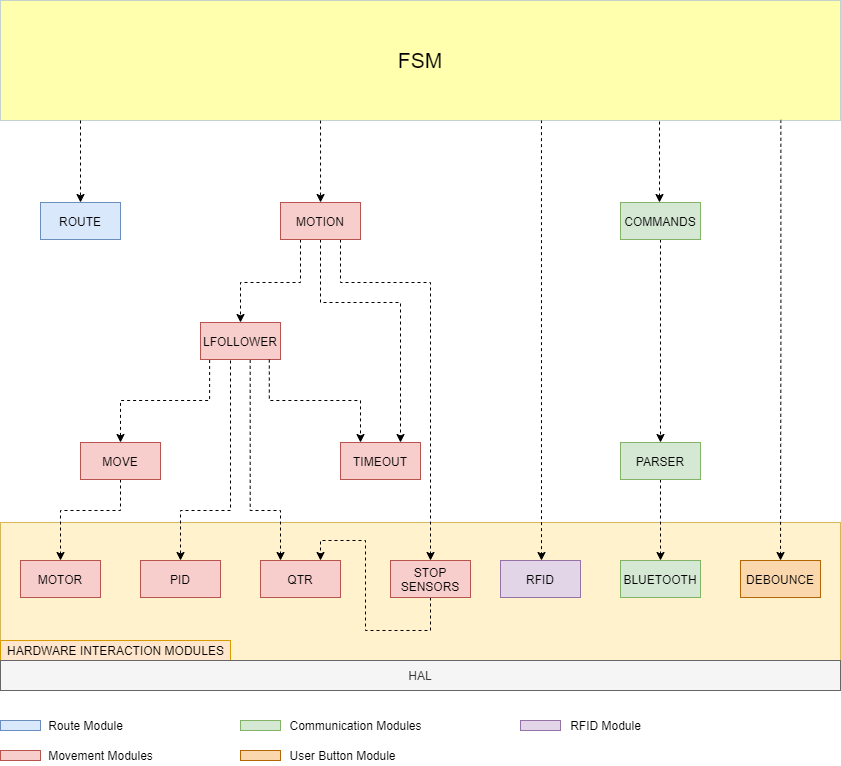
Before: 03Flowcharts/Software_Modules.png, a diagram exported from draw.io (LPI-2020/DWR-19). Source tidied: cells renumbered, new cells last; positions are measured from the earlier drawing's top-left corner, leaving out a move shared by most shapes. The source it was exported from:
```xml
<mxGraphModel>
  <root>
    <mxCell id="0" />
    <mxCell id="1" parent="0" />
    <mxCell id="2" style="rounded=0;whiteSpace=wrap;html=1;fillColor=#fff2cc;strokeColor=#d6b656;" parent="1" vertex="1">
      <mxGeometry y="522" width="840" height="138" as="geometry" />
    </mxCell>
    <mxCell id="3" value="HARDWARE INTERACTION MODULES" style="text;html=1;align=center;verticalAlign=middle;fillColor=#ffe6cc;strokeColor=#d79b00;" parent="1" vertex="1">
      <mxGeometry y="640" width="230" height="20" as="geometry" />
    </mxCell>
    <mxCell id="4" style="edgeStyle=orthogonalEdgeStyle;rounded=0;jettySize=auto;html=1;exitX=0.5;exitY=1;exitDx=0;exitDy=0;dashed=1;" parent="1" edge="1" source="20" target="5">
      <mxGeometry relative="1" as="geometry">
        <Array as="points">
          <mxPoint x="120" y="510" />
          <mxPoint x="60" y="510" />
        </Array>
      </mxGeometry>
    </mxCell>
    <mxCell id="5" value="MOTOR" style="rounded=0;whiteSpace=wrap;html=1;fillColor=#f8cecc;strokeColor=#b85450;" parent="1" vertex="1">
      <mxGeometry x="20" y="560" width="80" height="37" as="geometry" />
    </mxCell>
    <mxCell id="6" style="edgeStyle=orthogonalEdgeStyle;rounded=0;jettySize=auto;html=1;exitX=0.621;exitY=1.008;exitDx=0;exitDy=0;exitPerimeter=0;dashed=1;strokeWidth=1;" parent="1" edge="1" source="22" target="8">
      <mxGeometry relative="1" as="geometry">
        <Array as="points">
          <mxPoint x="250" y="359" />
          <mxPoint x="250" y="510" />
          <mxPoint x="280" y="510" />
        </Array>
      </mxGeometry>
    </mxCell>
    <mxCell id="7" style="edgeStyle=orthogonalEdgeStyle;rounded=0;jettySize=auto;html=1;exitX=0.5;exitY=1;exitDx=0;exitDy=0;entryX=0.75;entryY=0;entryDx=0;entryDy=0;dashed=1;" parent="1" edge="1" source="12" target="8">
      <mxGeometry relative="1" as="geometry">
        <Array as="points">
          <mxPoint x="430" y="630" />
          <mxPoint x="365" y="630" />
          <mxPoint x="365" y="540" />
          <mxPoint x="320" y="540" />
        </Array>
      </mxGeometry>
    </mxCell>
    <mxCell id="8" value="QTR" style="rounded=0;whiteSpace=wrap;html=1;fillColor=#f8cecc;strokeColor=#b85450;" parent="1" vertex="1">
      <mxGeometry x="260" y="560" width="80" height="37" as="geometry" />
    </mxCell>
    <mxCell id="9" style="edgeStyle=orthogonalEdgeStyle;rounded=0;jettySize=auto;html=1;exitX=0.375;exitY=1.027;exitDx=0;exitDy=0;exitPerimeter=0;dashed=1;" parent="1" edge="1" source="22" target="10">
      <mxGeometry relative="1" as="geometry">
        <Array as="points">
          <mxPoint x="230" y="510" />
          <mxPoint x="180" y="510" />
        </Array>
      </mxGeometry>
    </mxCell>
    <mxCell id="10" value="PID" style="rounded=0;whiteSpace=wrap;html=1;fillColor=#f8cecc;strokeColor=#b85450;" parent="1" vertex="1">
      <mxGeometry x="140" y="560" width="80" height="37" as="geometry" />
    </mxCell>
    <mxCell id="11" style="edgeStyle=orthogonalEdgeStyle;rounded=0;jettySize=auto;html=1;exitX=0.75;exitY=1;exitDx=0;exitDy=0;dashed=1;" parent="1" edge="1" source="27" target="12">
      <mxGeometry relative="1" as="geometry">
        <Array as="points">
          <mxPoint x="340" y="282" />
          <mxPoint x="430" y="282" />
        </Array>
      </mxGeometry>
    </mxCell>
    <mxCell id="12" value="STOP SENSORS" style="rounded=0;whiteSpace=wrap;html=1;fillColor=#f8cecc;strokeColor=#b85450;" parent="1" vertex="1">
      <mxGeometry x="390" y="560" width="80" height="37" as="geometry" />
    </mxCell>
    <mxCell id="13" style="edgeStyle=orthogonalEdgeStyle;rounded=0;jettySize=auto;html=1;exitX=0.644;exitY=0.997;exitDx=0;exitDy=0;exitPerimeter=0;dashed=1;" parent="1" edge="1" source="28" target="14">
      <mxGeometry relative="1" as="geometry">
        <Array as="points">
          <mxPoint x="541" y="500" />
          <mxPoint x="541" y="500" />
        </Array>
      </mxGeometry>
    </mxCell>
    <mxCell id="14" value="RFID" style="rounded=0;whiteSpace=wrap;html=1;fillColor=#e1d5e7;strokeColor=#9673a6;" parent="1" vertex="1">
      <mxGeometry x="500" y="560" width="80" height="37" as="geometry" />
    </mxCell>
    <mxCell id="15" style="edgeStyle=orthogonalEdgeStyle;rounded=0;jettySize=auto;html=1;exitX=0.5;exitY=1;exitDx=0;exitDy=0;dashed=1;" parent="1" edge="1" source="30" target="16">
      <mxGeometry relative="1" as="geometry" />
    </mxCell>
    <mxCell id="16" value="BLUETOOTH" style="rounded=0;whiteSpace=wrap;html=1;fillColor=#d5e8d4;strokeColor=#82b366;" parent="1" vertex="1">
      <mxGeometry x="620" y="560" width="80" height="37" as="geometry" />
    </mxCell>
    <mxCell id="17" style="edgeStyle=orthogonalEdgeStyle;rounded=0;jettySize=auto;html=1;exitX=0.929;exitY=0.994;exitDx=0;exitDy=0;exitPerimeter=0;dashed=1;" parent="1" edge="1" source="28" target="18">
      <mxGeometry relative="1" as="geometry" />
    </mxCell>
    <mxCell id="18" value="DEBOUNCE" style="rounded=0;whiteSpace=wrap;html=1;fillColor=#fad7ac;strokeColor=#b46504;" parent="1" vertex="1">
      <mxGeometry x="740" y="560" width="80" height="37" as="geometry" />
    </mxCell>
    <mxCell id="19" style="edgeStyle=orthogonalEdgeStyle;rounded=0;jettySize=auto;html=1;exitX=0.114;exitY=1.013;exitDx=0;exitDy=0;exitPerimeter=0;dashed=1;" parent="1" edge="1" source="22" target="20">
      <mxGeometry relative="1" as="geometry">
        <Array as="points">
          <mxPoint x="209" y="400" />
          <mxPoint x="120" y="400" />
        </Array>
      </mxGeometry>
    </mxCell>
    <mxCell id="20" value="MOVE" style="rounded=0;whiteSpace=wrap;html=1;fillColor=#f8cecc;strokeColor=#b85450;" parent="1" vertex="1">
      <mxGeometry x="80" y="442" width="80" height="37" as="geometry" />
    </mxCell>
    <mxCell id="21" style="edgeStyle=orthogonalEdgeStyle;rounded=0;jettySize=auto;html=1;exitX=0.25;exitY=1;exitDx=0;exitDy=0;dashed=1;" parent="1" edge="1" source="27" target="22">
      <mxGeometry relative="1" as="geometry">
        <Array as="points">
          <mxPoint x="300" y="282" />
          <mxPoint x="240" y="282" />
        </Array>
      </mxGeometry>
    </mxCell>
    <mxCell id="22" value="LFOLLOWER" style="rounded=0;whiteSpace=wrap;html=1;fillColor=#f8cecc;fontStyle=0;strokeColor=#b85450;" parent="1" vertex="1">
      <mxGeometry x="200" y="322" width="80" height="37" as="geometry" />
    </mxCell>
    <mxCell id="23" style="edgeStyle=orthogonalEdgeStyle;rounded=0;jettySize=auto;html=1;exitX=0.86;exitY=1.002;exitDx=0;exitDy=0;exitPerimeter=0;dashed=1;" parent="1" edge="1" source="22" target="25">
      <mxGeometry relative="1" as="geometry">
        <Array as="points">
          <mxPoint x="269" y="400" />
          <mxPoint x="360" y="400" />
        </Array>
      </mxGeometry>
    </mxCell>
    <mxCell id="24" style="edgeStyle=orthogonalEdgeStyle;rounded=0;jettySize=auto;html=1;exitX=0.5;exitY=1;exitDx=0;exitDy=0;dashed=1;" parent="1" edge="1" source="27" target="25">
      <mxGeometry relative="1" as="geometry">
        <Array as="points">
          <mxPoint x="320" y="302" />
          <mxPoint x="400" y="302" />
        </Array>
      </mxGeometry>
    </mxCell>
    <mxCell id="25" value="TIMEOUT" style="rounded=0;whiteSpace=wrap;html=1;fillColor=#f8cecc;strokeColor=#b85450;" parent="1" vertex="1">
      <mxGeometry x="340" y="442" width="80" height="37" as="geometry" />
    </mxCell>
    <mxCell id="26" style="edgeStyle=orthogonalEdgeStyle;rounded=0;jettySize=auto;html=1;exitX=0.381;exitY=1;exitDx=0;exitDy=0;exitPerimeter=0;dashed=1;" parent="1" edge="1" source="28" target="27">
      <mxGeometry relative="1" as="geometry" />
    </mxCell>
    <mxCell id="27" value="MOTION" style="rounded=0;whiteSpace=wrap;html=1;fillColor=#f8cecc;strokeColor=#b85450;" parent="1" vertex="1">
      <mxGeometry x="280" y="202" width="80" height="37" as="geometry" />
    </mxCell>
    <mxCell id="28" value="&lt;font style=&quot;font-size: 21px;&quot;&gt;FSM&lt;/font&gt;" style="rounded=0;whiteSpace=wrap;html=1;fontSize=21;strokeColor=#6c8ebf;fillColor=#FFFF33;opacity=40;" parent="1" vertex="1">
      <mxGeometry width="840" height="120" as="geometry" />
    </mxCell>
    <mxCell id="29" style="edgeStyle=orthogonalEdgeStyle;rounded=0;jettySize=auto;html=1;exitX=0.5;exitY=1;exitDx=0;exitDy=0;dashed=1;" parent="1" edge="1" source="32" target="30">
      <mxGeometry relative="1" as="geometry" />
    </mxCell>
    <mxCell id="30" value="PARSER" style="rounded=0;whiteSpace=wrap;html=1;fillColor=#d5e8d4;strokeColor=#82b366;" parent="1" vertex="1">
      <mxGeometry x="620" y="442" width="80" height="37" as="geometry" />
    </mxCell>
    <mxCell id="31" style="edgeStyle=orthogonalEdgeStyle;rounded=0;jettySize=auto;html=1;dashed=1;" parent="1" edge="1" target="32">
      <mxGeometry relative="1" as="geometry">
        <mxPoint x="659" y="121" as="sourcePoint" />
        <Array as="points">
          <mxPoint x="659" y="220" />
          <mxPoint x="659" y="220" />
        </Array>
      </mxGeometry>
    </mxCell>
    <mxCell id="32" value="COMMANDS" style="rounded=0;whiteSpace=wrap;html=1;fillColor=#d5e8d4;strokeColor=#82b366;" parent="1" vertex="1">
      <mxGeometry x="620" y="202" width="80" height="37" as="geometry" />
    </mxCell>
    <mxCell id="33" style="edgeStyle=orthogonalEdgeStyle;rounded=0;jettySize=auto;html=1;dashed=1;entryX=0.5;entryY=0;entryDx=0;entryDy=0;" parent="1" edge="1" target="35">
      <mxGeometry relative="1" as="geometry">
        <mxPoint x="80" y="120" as="sourcePoint" />
        <Array as="points">
          <mxPoint x="80" y="120" />
        </Array>
      </mxGeometry>
    </mxCell>
    <mxCell id="34" value="ROUTE" style="rounded=0;whiteSpace=wrap;html=1;fillColor=#ffffff;" parent="1" vertex="1">
      <mxGeometry x="40" y="202" width="80" height="37" as="geometry" />
    </mxCell>
    <mxCell id="35" value="ROUTE" style="rounded=0;whiteSpace=wrap;html=1;fillColor=#dae8fc;strokeColor=#6c8ebf;" parent="1" vertex="1">
      <mxGeometry x="40" y="202" width="80" height="37" as="geometry" />
    </mxCell>
    <mxCell id="36" value="HAL" style="rounded=0;whiteSpace=wrap;html=1;fillColor=#f5f5f5;strokeColor=#666666;fontColor=#333333;" parent="1" vertex="1">
      <mxGeometry y="660" width="840" height="30" as="geometry" />
    </mxCell>
    <mxCell id="37" style="rounded=0;whiteSpace=wrap;html=1;fillColor=#f8cecc;strokeColor=#b85450;" parent="1" vertex="1">
      <mxGeometry y="750" width="40" height="10" as="geometry" />
    </mxCell>
    <mxCell id="38" style="rounded=0;whiteSpace=wrap;html=1;fillColor=#dae8fc;strokeColor=#6c8ebf;" parent="1" vertex="1">
      <mxGeometry y="720" width="40" height="10" as="geometry" />
    </mxCell>
    <mxCell id="39" style="rounded=0;whiteSpace=wrap;html=1;fillColor=#d5e8d4;strokeColor=#82b366;" parent="1" vertex="1">
      <mxGeometry x="240" y="720" width="40" height="10" as="geometry" />
    </mxCell>
    <mxCell id="40" style="rounded=0;whiteSpace=wrap;html=1;fillColor=#fad7ac;strokeColor=#b46504;" parent="1" vertex="1">
      <mxGeometry x="240" y="750" width="40" height="10" as="geometry" />
    </mxCell>
    <mxCell id="41" value="Route Module" style="text;html=1;align=center;verticalAlign=middle;" parent="1" vertex="1">
      <mxGeometry x="40" y="715" width="90" height="20" as="geometry" />
    </mxCell>
    <mxCell id="42" value="Movement Modules" style="text;html=1;align=center;verticalAlign=middle;" parent="1" vertex="1">
      <mxGeometry x="40" y="745" width="120" height="20" as="geometry" />
    </mxCell>
    <mxCell id="43" value="Communication Modules" style="text;html=1;align=center;verticalAlign=middle;" parent="1" vertex="1">
      <mxGeometry x="280" y="715" width="150" height="20" as="geometry" />
    </mxCell>
    <mxCell id="44" value="User Button Module" style="text;html=1;align=center;verticalAlign=middle;" parent="1" vertex="1">
      <mxGeometry x="282" y="745" width="120" height="20" as="geometry" />
    </mxCell>
    <mxCell id="45" style="rounded=0;whiteSpace=wrap;html=1;fillColor=#e1d5e7;strokeColor=#9673a6;" parent="1" vertex="1">
      <mxGeometry x="520" y="720" width="40" height="10" as="geometry" />
    </mxCell>
    <mxCell id="46" value="RFID Module" style="text;html=1;align=center;verticalAlign=middle;" parent="1" vertex="1">
      <mxGeometry x="560" y="715" width="90" height="20" as="geometry" />
    </mxCell>
  </root>
</mxGraphModel>
```
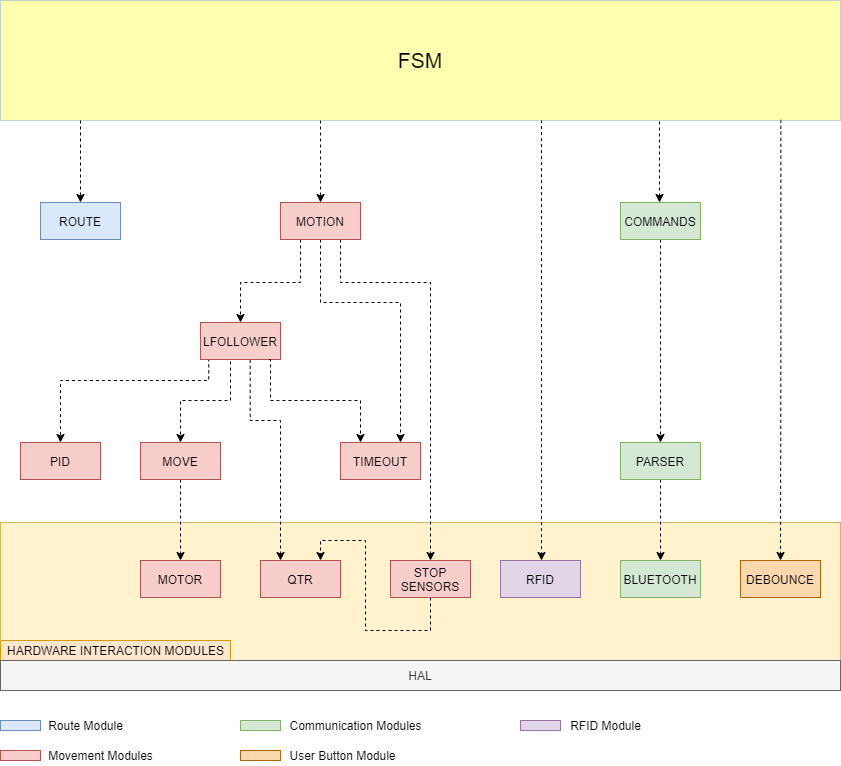
Above is the later version.

Change to the diagram source:
```diff
@@ -8,23 +8,17 @@
     <mxCell id="3" value="HARDWARE INTERACTION MODULES" style="text;html=1;align=center;verticalAlign=middle;fillColor=#ffe6cc;strokeColor=#d79b00;" parent="1" vertex="1">
       <mxGeometry y="640" width="230" height="20" as="geometry" />
     </mxCell>
-    <mxCell id="4" style="edgeStyle=orthogonalEdgeStyle;rounded=0;jettySize=auto;html=1;exitX=0.5;exitY=1;exitDx=0;exitDy=0;dashed=1;" parent="1" edge="1" source="20" target="5">
-      <mxGeometry relative="1" as="geometry">
-        <Array as="points">
-          <mxPoint x="120" y="510" />
-          <mxPoint x="60" y="510" />
-        </Array>
-      </mxGeometry>
+    <mxCell id="4" style="edgeStyle=orthogonalEdgeStyle;rounded=0;jettySize=auto;html=1;exitX=0.5;exitY=1;exitDx=0;exitDy=0;dashed=1;entryX=0.5;entryY=0;entryDx=0;entryDy=0;" parent="1" edge="1" source="20" target="5">
+      <mxGeometry relative="1" as="geometry" />
     </mxCell>
     <mxCell id="5" value="MOTOR" style="rounded=0;whiteSpace=wrap;html=1;fillColor=#f8cecc;strokeColor=#b85450;" parent="1" vertex="1">
-      <mxGeometry x="20" y="560" width="80" height="37" as="geometry" />
+      <mxGeometry x="140" y="560" width="80" height="37" as="geometry" />
     </mxCell>
     <mxCell id="6" style="edgeStyle=orthogonalEdgeStyle;rounded=0;jettySize=auto;html=1;exitX=0.621;exitY=1.008;exitDx=0;exitDy=0;exitPerimeter=0;dashed=1;strokeWidth=1;" parent="1" edge="1" source="22" target="8">
       <mxGeometry relative="1" as="geometry">
         <Array as="points">
-          <mxPoint x="250" y="359" />
-          <mxPoint x="250" y="510" />
-          <mxPoint x="280" y="510" />
+          <mxPoint x="250" y="420" />
+          <mxPoint x="280" y="420" />
         </Array>
       </mxGeometry>
     </mxCell>
@@ -41,16 +35,16 @@
     <mxCell id="8" value="QTR" style="rounded=0;whiteSpace=wrap;html=1;fillColor=#f8cecc;strokeColor=#b85450;" parent="1" vertex="1">
       <mxGeometry x="260" y="560" width="80" height="37" as="geometry" />
     </mxCell>
-    <mxCell id="9" style="edgeStyle=orthogonalEdgeStyle;rounded=0;jettySize=auto;html=1;exitX=0.375;exitY=1.027;exitDx=0;exitDy=0;exitPerimeter=0;dashed=1;" parent="1" edge="1" source="22" target="10">
+    <mxCell id="9" style="edgeStyle=orthogonalEdgeStyle;rounded=0;jettySize=auto;html=1;dashed=1;exitX=0.103;exitY=0.969;exitDx=0;exitDy=0;exitPerimeter=0;" parent="1" edge="1" source="22" target="10">
       <mxGeometry relative="1" as="geometry">
         <Array as="points">
-          <mxPoint x="230" y="510" />
-          <mxPoint x="180" y="510" />
+          <mxPoint x="209" y="380" />
+          <mxPoint x="60" y="380" />
         </Array>
       </mxGeometry>
     </mxCell>
     <mxCell id="10" value="PID" style="rounded=0;whiteSpace=wrap;html=1;fillColor=#f8cecc;strokeColor=#b85450;" parent="1" vertex="1">
-      <mxGeometry x="140" y="560" width="80" height="37" as="geometry" />
+      <mxGeometry x="20" y="442" width="80" height="37" as="geometry" />
     </mxCell>
     <mxCell id="11" style="edgeStyle=orthogonalEdgeStyle;rounded=0;jettySize=auto;html=1;exitX=0.75;exitY=1;exitDx=0;exitDy=0;dashed=1;" parent="1" edge="1" source="27" target="12">
       <mxGeometry relative="1" as="geometry">
@@ -86,16 +80,17 @@
     <mxCell id="18" value="DEBOUNCE" style="rounded=0;whiteSpace=wrap;html=1;fillColor=#fad7ac;strokeColor=#b46504;" parent="1" vertex="1">
       <mxGeometry x="740" y="560" width="80" height="37" as="geometry" />
     </mxCell>
-    <mxCell id="19" style="edgeStyle=orthogonalEdgeStyle;rounded=0;jettySize=auto;html=1;exitX=0.114;exitY=1.013;exitDx=0;exitDy=0;exitPerimeter=0;dashed=1;" parent="1" edge="1" source="22" target="20">
+    <mxCell id="19" style="edgeStyle=orthogonalEdgeStyle;rounded=0;jettySize=auto;html=1;exitX=0.25;exitY=1;exitDx=0;exitDy=0;dashed=1;entryX=0.5;entryY=0;entryDx=0;entryDy=0;" parent="1" edge="1" source="22" target="20">
       <mxGeometry relative="1" as="geometry">
         <Array as="points">
-          <mxPoint x="209" y="400" />
-          <mxPoint x="120" y="400" />
+          <mxPoint x="230" y="359" />
+          <mxPoint x="230" y="400" />
+          <mxPoint x="180" y="400" />
         </Array>
       </mxGeometry>
     </mxCell>
     <mxCell id="20" value="MOVE" style="rounded=0;whiteSpace=wrap;html=1;fillColor=#f8cecc;strokeColor=#b85450;" parent="1" vertex="1">
-      <mxGeometry x="80" y="442" width="80" height="37" as="geometry" />
+      <mxGeometry x="140" y="442" width="80" height="37" as="geometry" />
     </mxCell>
     <mxCell id="21" style="edgeStyle=orthogonalEdgeStyle;rounded=0;jettySize=auto;html=1;exitX=0.25;exitY=1;exitDx=0;exitDy=0;dashed=1;" parent="1" edge="1" source="27" target="22">
       <mxGeometry relative="1" as="geometry">
@@ -111,7 +106,8 @@
     <mxCell id="23" style="edgeStyle=orthogonalEdgeStyle;rounded=0;jettySize=auto;html=1;exitX=0.86;exitY=1.002;exitDx=0;exitDy=0;exitPerimeter=0;dashed=1;" parent="1" edge="1" source="22" target="25">
       <mxGeometry relative="1" as="geometry">
         <Array as="points">
-          <mxPoint x="269" y="400" />
+          <mxPoint x="270" y="359" />
+          <mxPoint x="270" y="400" />
           <mxPoint x="360" y="400" />
         </Array>
       </mxGeometry>
```
